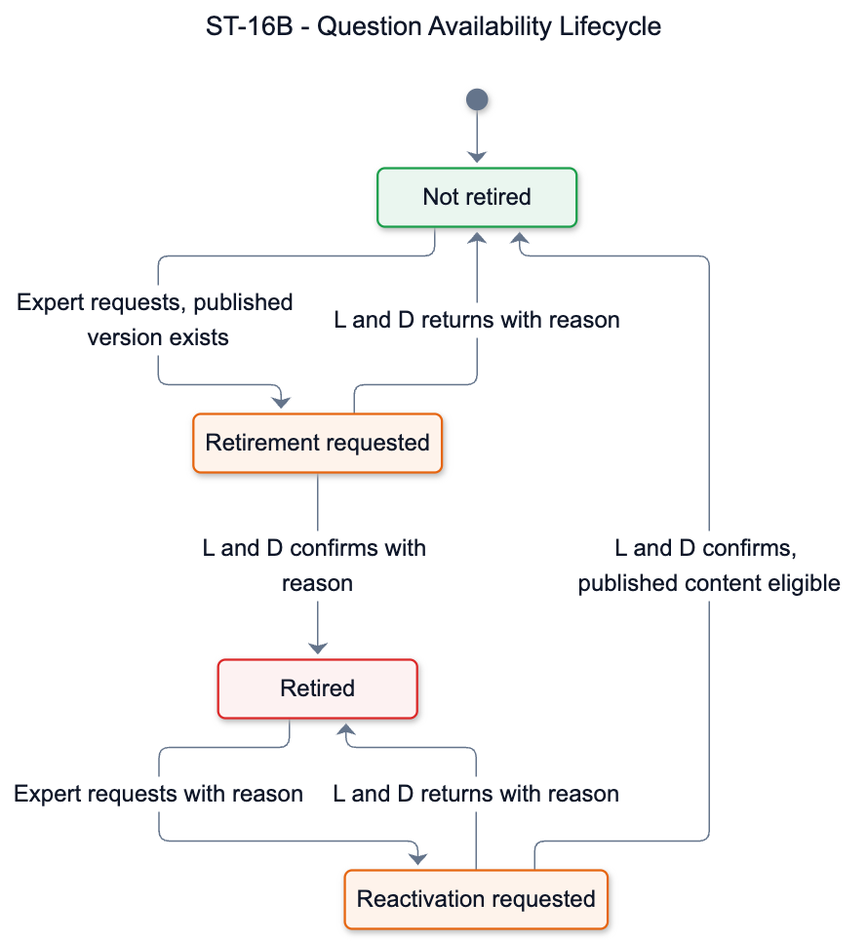
Before: documents/diagrams/mermaid/st-16b.png, a diagram exported from Mermaid (SEP490-Fall-2026-GFA26SE64/SEP490). Its source is kept beside it as documents/diagrams/mermaid/st-16b.mmd.
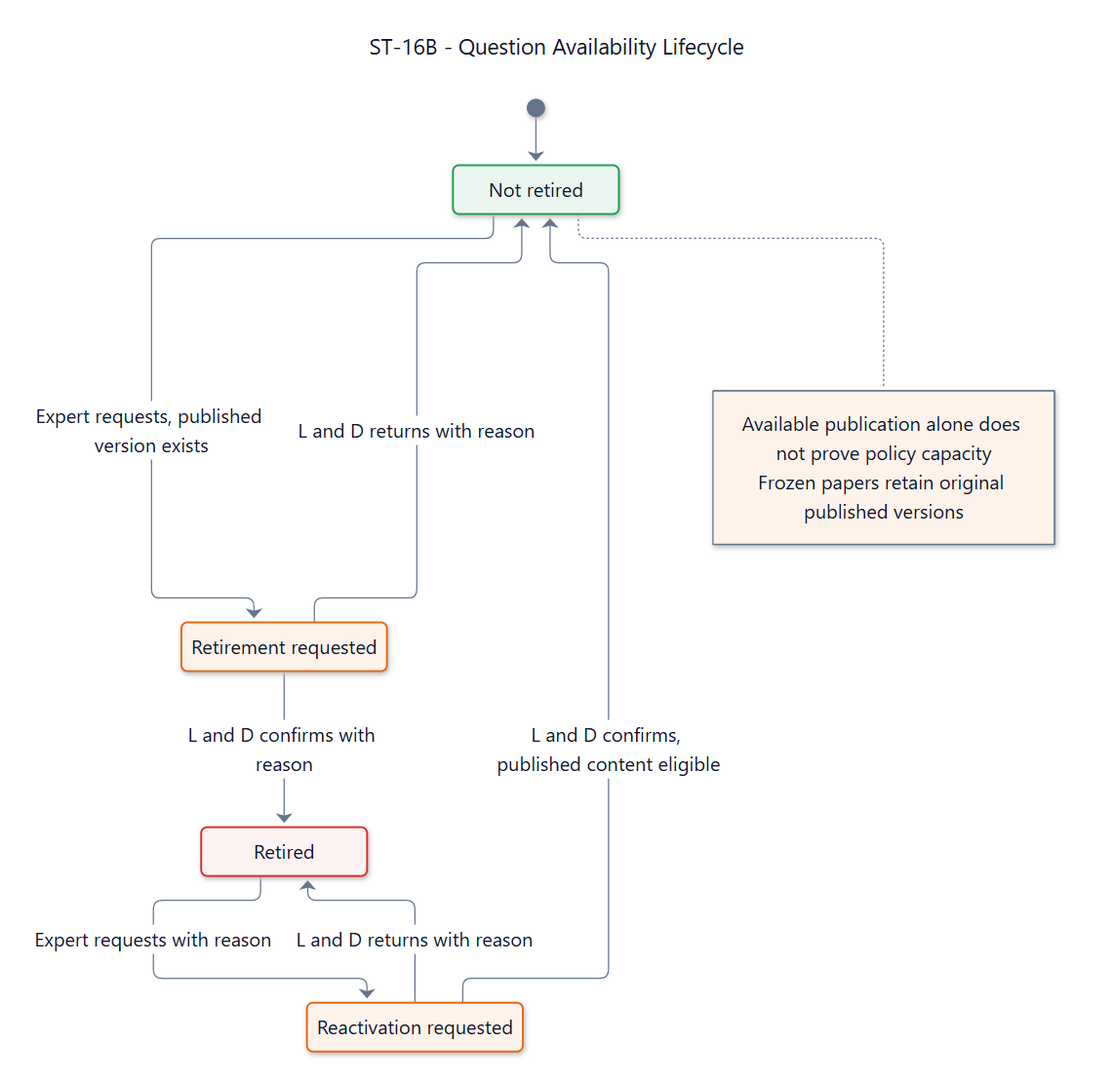
After the commit.

The edit, as a diff of the source:
```diff
@@ -2,6 +2,7 @@
 title: "ST-16B - Question Availability Lifecycle"
 config: {"theme":"base","fontFamily":"Segoe UI, Arial, sans-serif","themeVariables":{"fontFamily":"Segoe UI, Arial, sans-serif","fontSize":"16px","primaryColor":"#ffffff","primaryTextColor":"#0f1729","primaryBorderColor":"#64748b","secondaryColor":"#fef3eb","tertiaryColor":"#ffffff","lineColor":"#64748b","textColor":"#0f1729","mainBkg":"#ffffff","background":"#ffffff","clusterBkg":"#ffffff","clusterBorder":"#64748b","edgeLabelBackground":"#ffffff","titleColor":"#0f1729","noteBkgColor":"#fef3eb","noteTextColor":"#0f1729","noteBorderColor":"#e6650f","labelColor":"#0f1729","compositeBackground":"#ffffff","compositeTitleBackground":"#ffffff","compositeBorder":"#64748b","altBackground":"#ffffff","nodeBorder":"#64748b","nodeTextColor":"#0f1729","cScale0":"#ffffff","cScaleLabel0":"#0f1729","cScale1":"#ffffff","cScaleLabel1":"#0f1729","cScale2":"#ffffff","cScaleLabel2":"#0f1729","cScale3":"#ffffff","cScaleLabel3":"#0f1729","cScale4":"#ffffff","cScaleLabel4":"#0f1729","cScale5":"#ffffff","cScaleLabel5":"#0f1729","cScale6":"#ffffff","cScaleLabel6":"#0f1729","cScale7":"#ffffff","cScaleLabel7":"#0f1729","cScale8":"#ffffff","cScaleLabel8":"#0f1729","cScale9":"#ffffff","cScaleLabel9":"#0f1729","cScale10":"#ffffff","cScaleLabel10":"#0f1729","cScale11":"#ffffff","cScaleLabel11":"#0f1729","secondaryBorderColor":"#64748b","tertiaryBorderColor":"#64748b","secondaryTextColor":"#0f1729","tertiaryTextColor":"#0f1729"},"state":{"nodeSpacing":42,"rankSpacing":64,"padding":16,"fontSize":16,"wrappingWidth":250}}
 ---
+
 stateDiagram-v2
   state "Not retired" as SDD_ST_16B_Available
   state "Retirement requested" as SDD_ST_16B_RetirePending
@@ -20,3 +21,8 @@
   class SDD_ST_16B_RetirePending,SDD_ST_16B_ReactivatePending working
   class SDD_ST_16B_Available accepted
   class SDD_ST_16B_Retired attention
+
+  note right of SDD_ST_16B_Available
+    Available publication alone does not prove policy capacity
+    Frozen papers retain original published versions
+  end note
```
